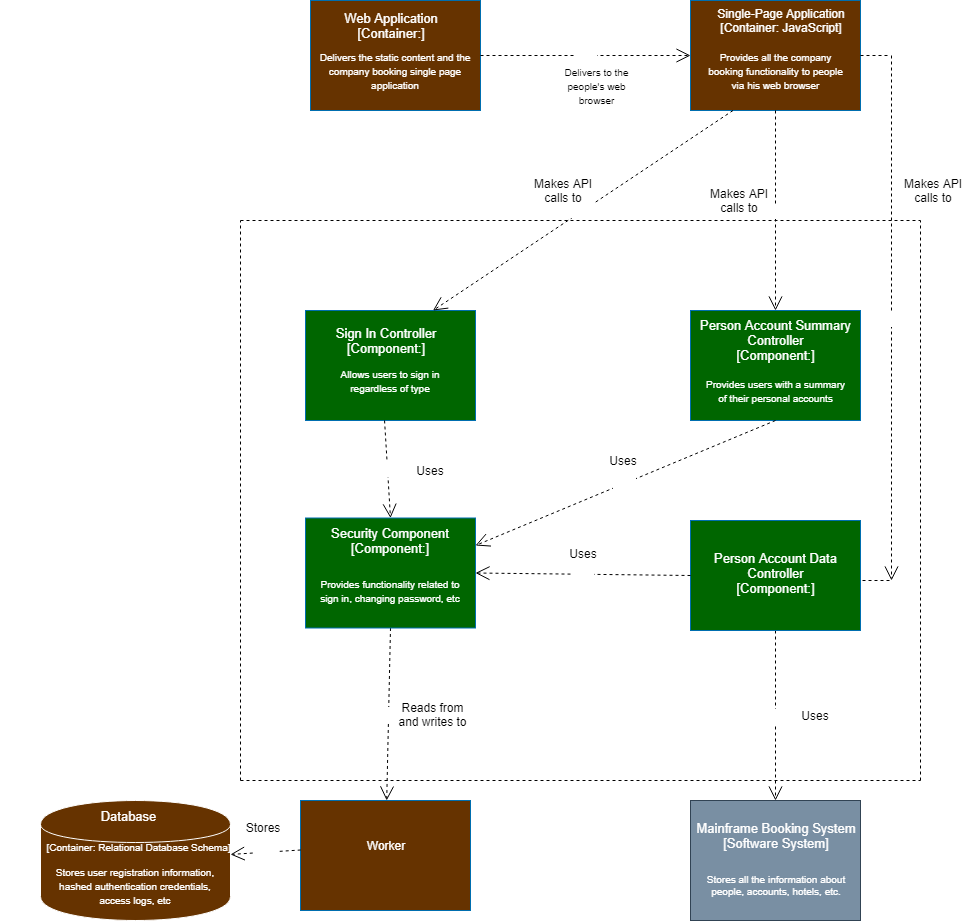
Earlier version of the draw.io export FALK_BOGDAN/Proiect/C4_Model/C4Diagram-Component.png (diercan/PSSC-2019). Source tidied: cells renumbered, new cells last; positions are measured from the earlier drawing's top-left corner, leaving out a move shared by most shapes.
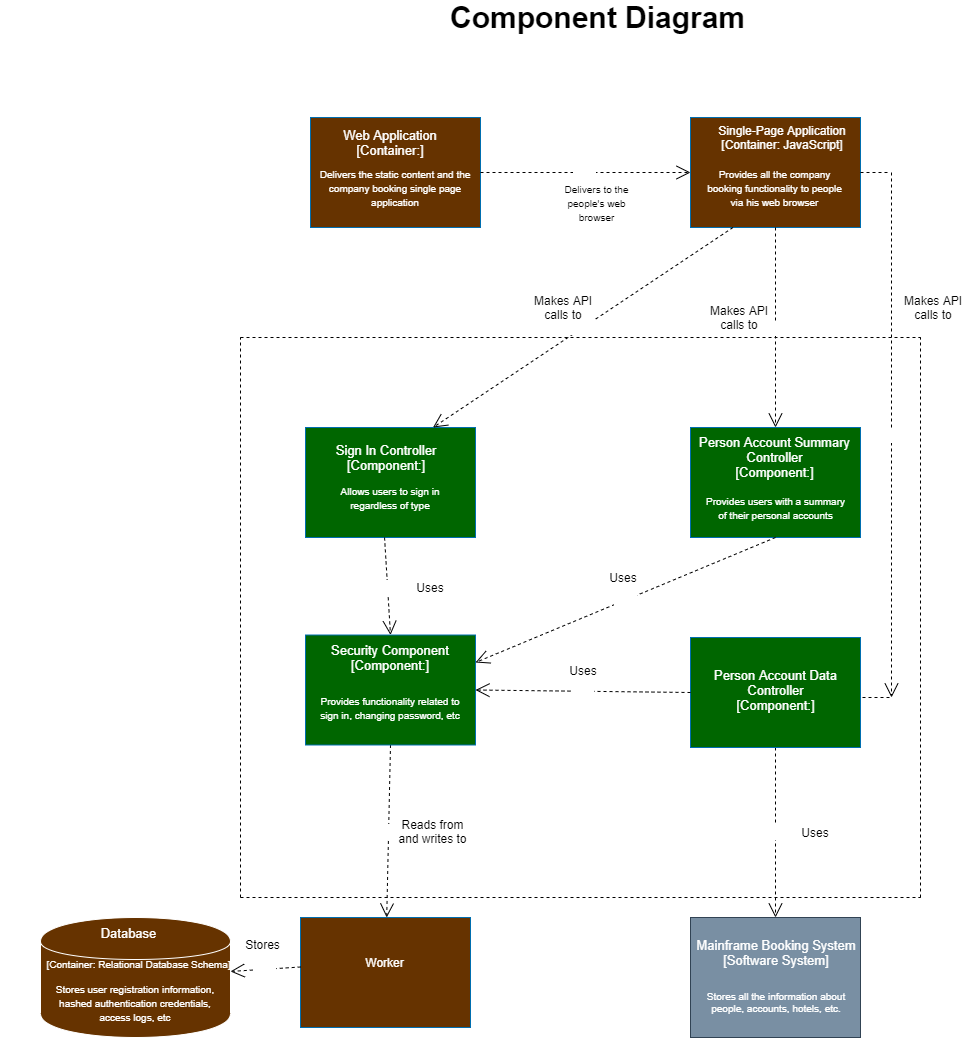
Above is the later version.

The edit, as a diff of the source:
```diff
@@ -178,5 +178,8 @@
     <mxCell id="53" value="Uses" style="text;html=1;strokeColor=none;fillColor=none;align=center;verticalAlign=middle;whiteSpace=wrap;rounded=0;" parent="1" vertex="1">
       <mxGeometry x="603" y="450" width="40" height="20" as="geometry" />
     </mxCell>
+    <mxCell id="54" value="&lt;font style=&quot;font-size: 30px&quot;&gt;&lt;b&gt;Component Diagram&lt;/b&gt;&lt;br&gt;&lt;/font&gt;" style="text;html=1;strokeColor=none;fillColor=none;align=center;verticalAlign=middle;whiteSpace=wrap;rounded=0;" parent="1" vertex="1">
+      <mxGeometry x="418.5" y="-110" width="355" height="20" as="geometry" />
+    </mxCell>
   </root>
 </mxGraphModel>
```
